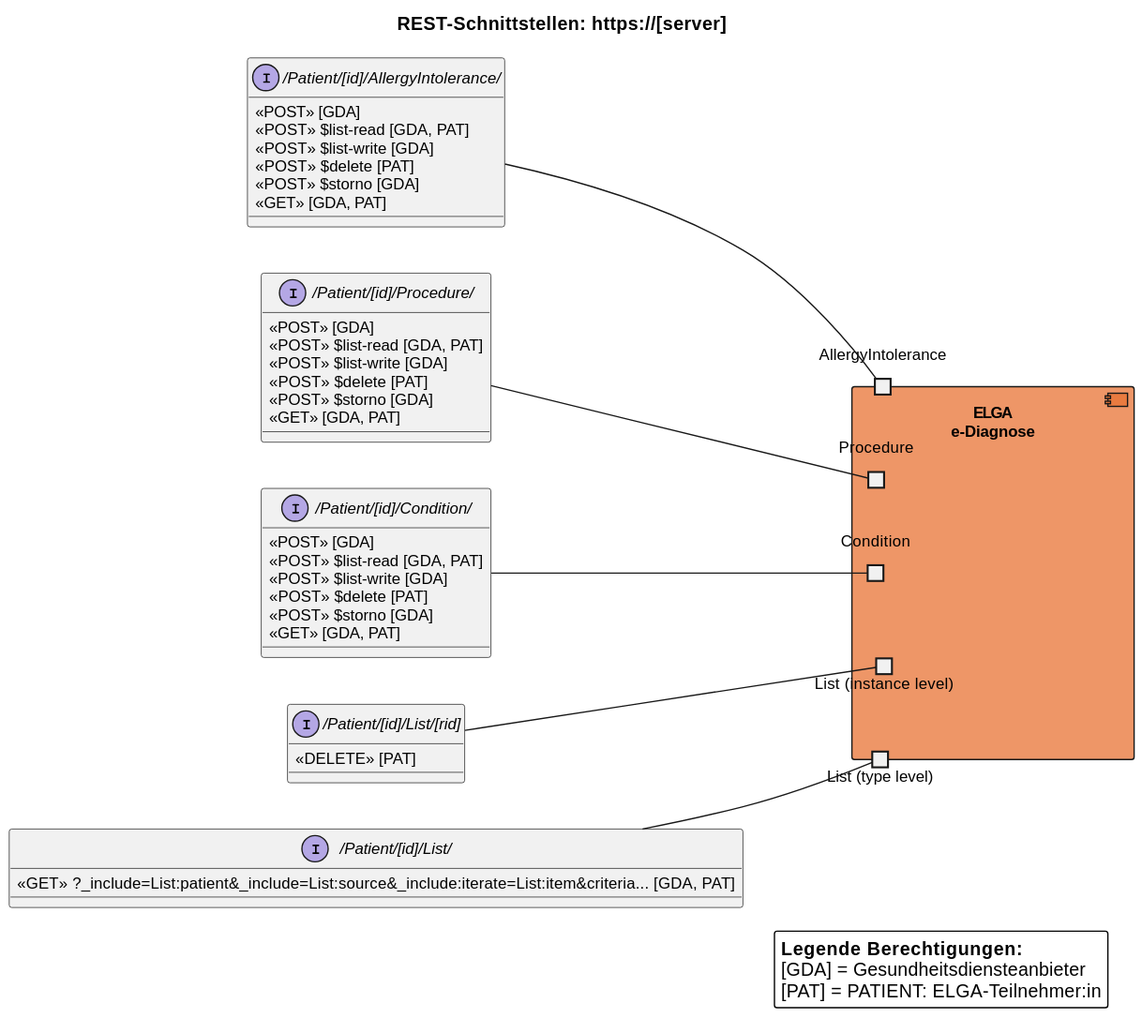
This is input/images/plantuml/interaction_overview.svg from HL7Austria/ELGA-e-Diagnose-R4, a PlantUML export, as it was before one commit.
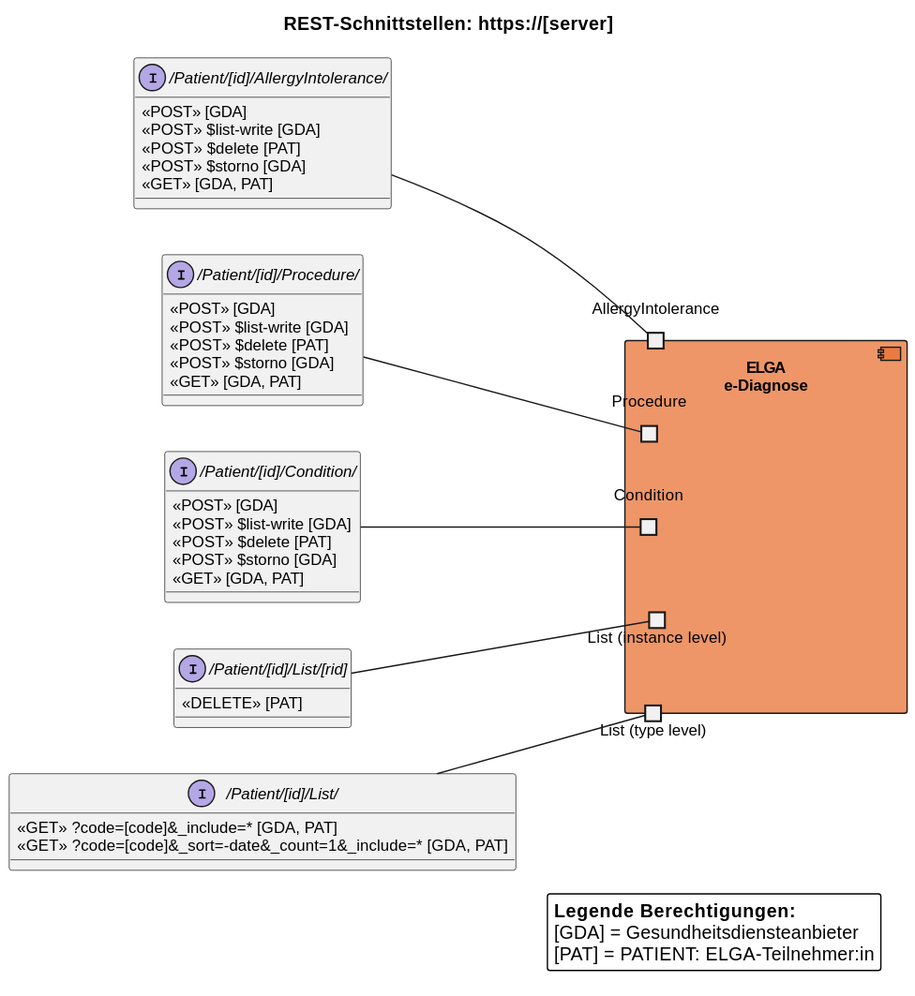
After the change.

Commit message:
Replace custom operation $list-read

The edit, as a diff of the source:
```diff
@@ -30,7 +30,8 @@
 
 
 interface "/Patient/[id]/List/" as List_type {
-  «GET» ?_include=List:patient&_include=List:source&_include:iterate=List:item&criteria... [GDA, PAT]
+  «GET» ?code=[code]&_include=* [GDA, PAT]
+  «GET» ?code=[code]&_sort=-date&_count=1&_include=* [GDA, PAT]
 }
 
 interface "/Patient/[id]/List/[rid]" as List_instance {
@@ -39,7 +40,6 @@
 
 interface "/Patient/[id]/Condition/" as ICondition {
   «POST» [GDA]
-  «POST» $list-read [GDA, PAT]
   «POST» $list-write [GDA]
   «POST» $delete [PAT]
   «POST» $storno [GDA]
@@ -48,7 +48,6 @@
 
 interface "/Patient/[id]/Procedure/" as IProcedure {
   «POST» [GDA]
-  «POST» $list-read [GDA, PAT]
   «POST» $list-write [GDA]
   «POST» $delete [PAT]
   «POST» $storno [GDA]
@@ -57,7 +56,6 @@
 
 interface "/Patient/[id]/AllergyIntolerance/" as IAllergyIntolerance {
   «POST» [GDA]
-  «POST» $list-read [GDA, PAT]
   «POST» $list-write [GDA]
   «POST» $delete [PAT]
   «POST» $storno [GDA]
```
